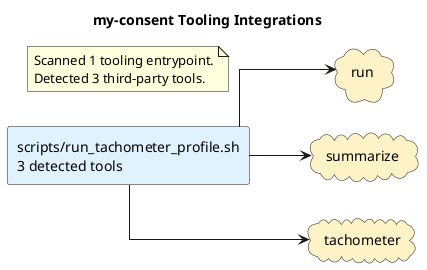
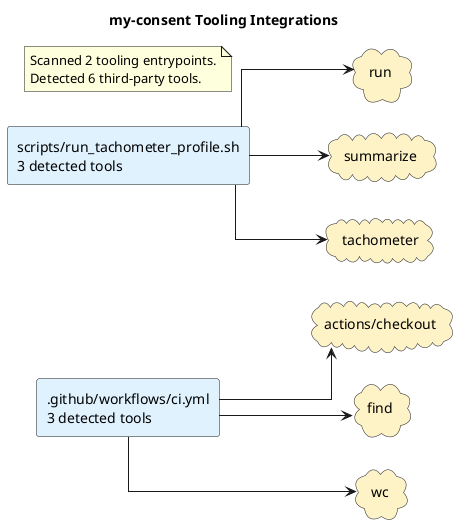
@startuml
title my-consent Tooling Integrations
left to right direction
skinparam shadowing false
skinparam defaultFontName Monospace
skinparam componentStyle rectangle
skinparam linetype ortho
+ rectangle ".github/workflows/ci.yml\n3 detected tools" as source_github_workflows_ci_yml #E0F2FE
rectangle "scripts/run_tachometer_profile.sh\n3 detected tools" as source_scripts_run_tachometer_profile_sh #E0F2FE
+ cloud "actions/checkout" as tool_actions_checkout #FEF3C7
+ cloud "find" as tool_find #FEF3C7
cloud "run" as tool_run #FEF3C7
cloud "summarize" as tool_summarize #FEF3C7
cloud "tachometer" as tool_tachometer #FEF3C7
+ cloud "wc" as tool_wc #FEF3C7
+ source_github_workflows_ci_yml --> tool_actions_checkout
+ source_github_workflows_ci_yml --> tool_find
+ source_github_workflows_ci_yml --> tool_wc
source_scripts_run_tachometer_profile_sh --> tool_run
source_scripts_run_tachometer_profile_sh --> tool_summarize
source_scripts_run_tachometer_profile_sh --> tool_tachometer
note as toolingGraphSummary
- Scanned 1 tooling entrypoint.
- Detected 3 third-party tools.
+ Scanned 2 tooling entrypoints.
+ Detected 6 third-party tools.
end note
@enduml
